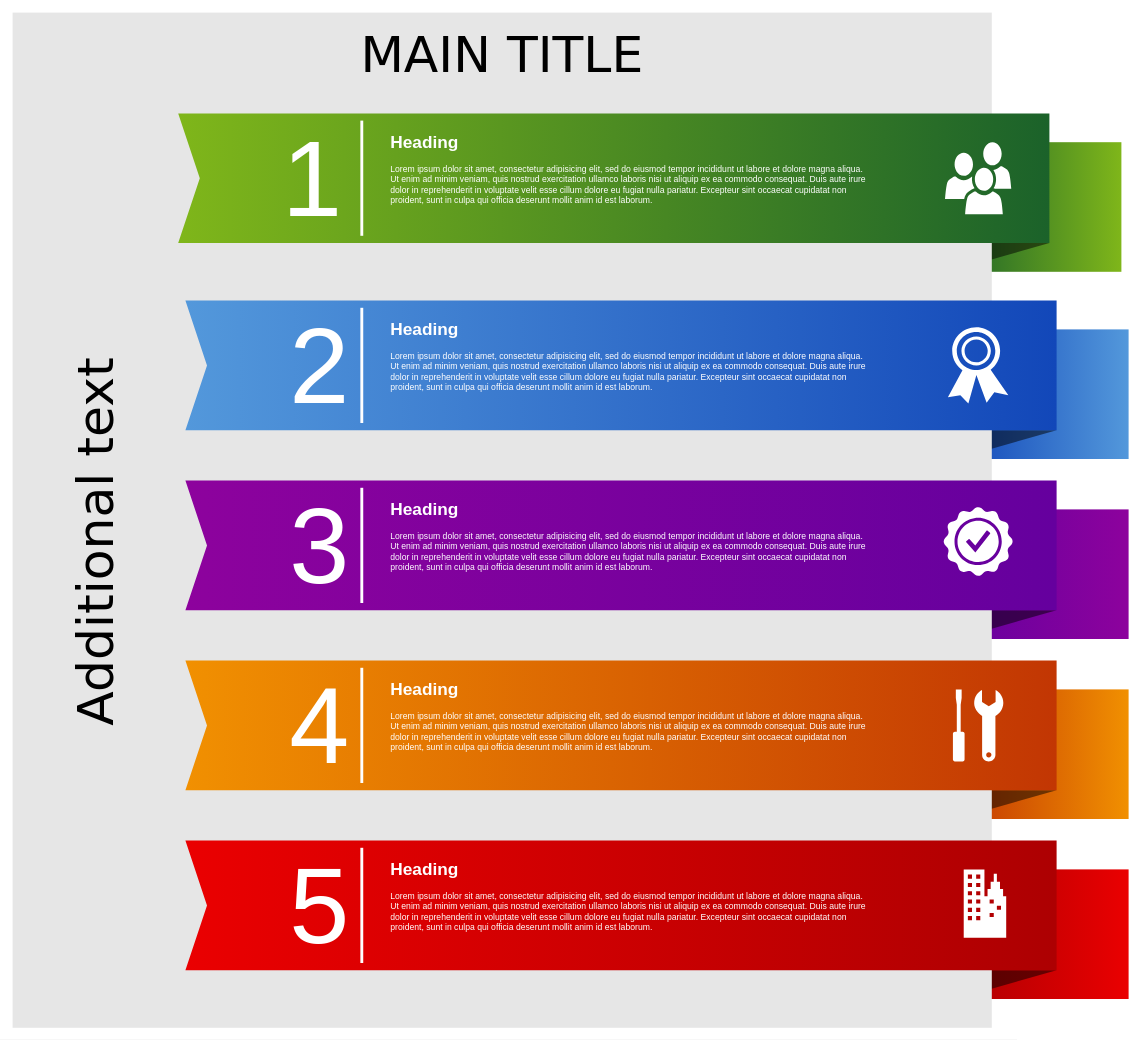
Before: ProyectoInversion.drawio in fjbueno/DrawIO, a draw.io diagram. Source tidied: cells renumbered, new cells numbered last; positions are measured from the earlier drawing's top-left corner, leaving out a move shared by most shapes. Both pictures are drawn from the tidied source at 72%, with x=0, y=0 at pixel (12, 12).
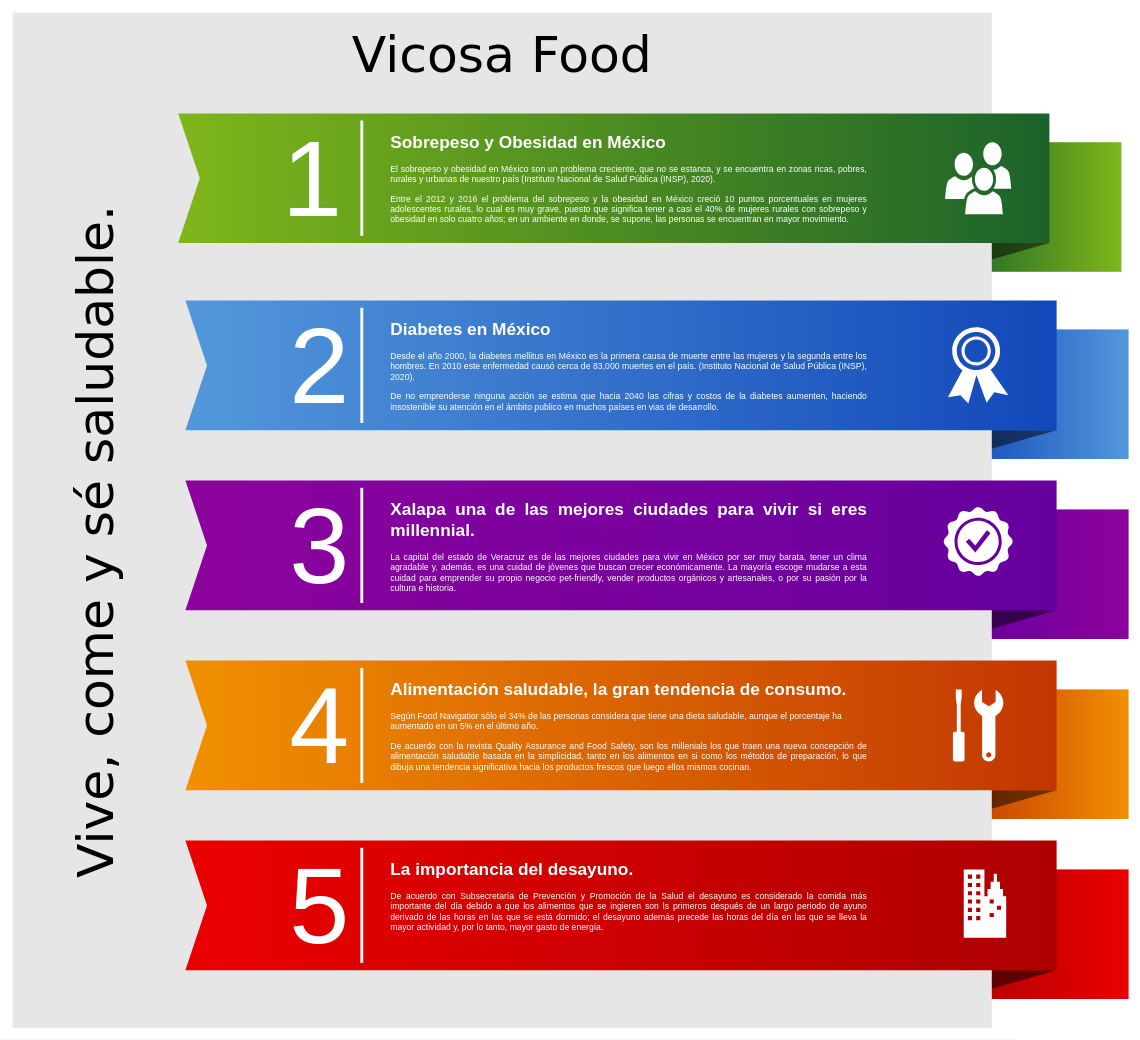
The same page after the edit.

What changed in the source:
```diff
@@
-    <mxCell id="12" value="MAIN TITLE" style="whiteSpace=wrap;html=1;rounded=0;shadow=0;dashed=0;strokeWidth=1;fillColor=#E6E6E6;fontFamily=Verdana;fontSize=70;strokeColor=none;verticalAlign=top;spacingTop=10;" parent="1" vertex="1">
+    <mxCell id="12" value="Vicosa Food" style="whiteSpace=wrap;html=1;rounded=0;shadow=0;dashed=0;strokeWidth=1;fillColor=#E6E6E6;fontFamily=Verdana;fontSize=70;strokeColor=none;verticalAlign=top;spacingTop=10;" parent="1" vertex="1">
       <mxGeometry width="1360" height="1410" as="geometry" />
     </mxCell>
@@
-    <mxCell id="18" value="Additional text" style="text;html=1;strokeColor=none;fillColor=none;align=center;verticalAlign=middle;whiteSpace=wrap;rounded=0;shadow=0;dashed=0;fontFamily=Verdana;fontSize=70;horizontal=0;" parent="1" vertex="1">
+    <mxCell id="18" value="Vive, come y sé saludable." style="text;html=1;strokeColor=none;fillColor=none;align=center;verticalAlign=middle;whiteSpace=wrap;rounded=0;shadow=0;dashed=0;fontFamily=Verdana;fontSize=70;horizontal=0;" parent="1" vertex="1">
       <mxGeometry x="50" y="140" width="130" height="1190" as="geometry" />
     </mxCell>
@@
-    <mxCell id="29" value="&lt;h1&gt;Heading&lt;/h1&gt;&lt;p&gt;L&lt;span&gt;orem ipsum dolor sit amet, consectetur adipisicing elit, sed do eiusmod tempor incididunt ut labore et dolore magna aliqua. Ut enim ad minim veniam, quis nostrud exercitation ullamco laboris nisi ut aliquip ex ea commodo consequat. Duis aute irure dolor in reprehenderit in voluptate velit esse cillum dolore eu fugiat nulla pariatur. Excepteur sint occaecat cupidatat non proident, sunt in culpa qui officia deserunt mollit anim id est laborum.&lt;/span&gt;&lt;/p&gt;" style="text;html=1;strokeColor=none;fillColor=none;spacing=5;spacingTop=-20;whiteSpace=wrap;overflow=hidden;rounded=0;shadow=0;dashed=0;fontFamily=Helvetica;fontSize=12;fontColor=#FFFFFF;align=left;" parent="1" vertex="1">
+    <mxCell id="29" value="&lt;h1 style=&quot;text-align: justify&quot;&gt;Sobrepeso y Obesidad en México&lt;/h1&gt;&lt;p style=&quot;text-align: justify&quot;&gt;El sobrepeso y obesidad en México son un problema creciente, que no se estanca, y se encuentra en zonas ricas, pobres, rurales y urbanas de nuestro país (Instituto Nacional de Salud Pública (INSP), 2020).&lt;/p&gt;&lt;p style=&quot;text-align: justify&quot;&gt;Entre el 2012 y 2016 el problema del sobrepeso y la obesidad en México creció 10 puntos porcentuales en mujeres adolescentes rurales, lo cual es muy grave, puesto que significa tener a casi el 40% de mujeres rurales con sobrepeso y obesidad en solo cuatro años; en un ambiente en donde, se supone, las personas se encuentran en mayor movimiento.&lt;/p&gt;" style="text;html=1;strokeColor=none;fillColor=none;spacing=5;spacingTop=-20;whiteSpace=wrap;overflow=hidden;rounded=0;shadow=0;dashed=0;fontFamily=Helvetica;fontSize=12;fontColor=#FFFFFF;align=left;" parent="1" vertex="1">
       <mxGeometry x="520" y="160" width="670" height="140" as="geometry" />
     </mxCell>
-    <mxCell id="30" value="&lt;h1&gt;Heading&lt;/h1&gt;&lt;p&gt;L&lt;span&gt;orem ipsum dolor sit amet, consectetur adipisicing elit, sed do eiusmod tempor incididunt ut labore et dolore magna aliqua. Ut enim ad minim veniam, quis nostrud exercitation ullamco laboris nisi ut aliquip ex ea commodo consequat. Duis aute irure dolor in reprehenderit in voluptate velit esse cillum dolore eu fugiat nulla pariatur. Excepteur sint occaecat cupidatat non proident, sunt in culpa qui officia deserunt mollit anim id est laborum.&lt;/span&gt;&lt;/p&gt;" style="text;html=1;strokeColor=none;fillColor=none;spacing=5;spacingTop=-20;whiteSpace=wrap;overflow=hidden;rounded=0;shadow=0;dashed=0;fontFamily=Helvetica;fontSize=12;fontColor=#FFFFFF;align=left;" parent="1" vertex="1">
+    <mxCell id="30" value="&lt;h1 style=&quot;text-align: justify&quot;&gt;Diabetes en México&lt;/h1&gt;&lt;p style=&quot;text-align: justify&quot;&gt;Desde el año 2000, la diabetes mellitus en México es la primera causa de muerte entre las mujeres y la segunda entre los hombres. En 2010 este enfermedad causó cerca de 83,000 muertes en el país. (Instituto Nacional de Salud Pública (INSP), 2020).&lt;/p&gt;&lt;p style=&quot;text-align: justify&quot;&gt;De no emprenderse ninguna acción se estima que hacia 2040 las cifras y costos de la diabetes aumenten, haciendo insostenible su atención en el ámbito publico en muchos países en vias de desarrollo.&lt;/p&gt;&lt;p style=&quot;text-align: justify&quot;&gt;&lt;br&gt;&lt;/p&gt;&lt;p style=&quot;text-align: justify&quot;&gt;&lt;br&gt;&lt;/p&gt;" style="text;html=1;strokeColor=none;fillColor=none;spacing=5;spacingTop=-20;whiteSpace=wrap;overflow=hidden;rounded=0;shadow=0;dashed=0;fontFamily=Helvetica;fontSize=12;fontColor=#FFFFFF;align=left;" parent="1" vertex="1">
       <mxGeometry x="520" y="420" width="670" height="140" as="geometry" />
     </mxCell>
-    <mxCell id="31" value="&lt;h1&gt;Heading&lt;/h1&gt;&lt;p&gt;L&lt;span&gt;orem ipsum dolor sit amet, consectetur adipisicing elit, sed do eiusmod tempor incididunt ut labore et dolore magna aliqua. Ut enim ad minim veniam, quis nostrud exercitation ullamco laboris nisi ut aliquip ex ea commodo consequat. Duis aute irure dolor in reprehenderit in voluptate velit esse cillum dolore eu fugiat nulla pariatur. Excepteur sint occaecat cupidatat non proident, sunt in culpa qui officia deserunt mollit anim id est laborum.&lt;/span&gt;&lt;/p&gt;" style="text;html=1;strokeColor=none;fillColor=none;spacing=5;spacingTop=-20;whiteSpace=wrap;overflow=hidden;rounded=0;shadow=0;dashed=0;fontFamily=Helvetica;fontSize=12;fontColor=#FFFFFF;align=left;" parent="1" vertex="1">
+    <mxCell id="31" value="&lt;h1 style=&quot;text-align: justify&quot;&gt;Xalapa una de las mejores ciudades para vivir si eres millennial.&lt;/h1&gt;&lt;p style=&quot;text-align: justify&quot;&gt;L&lt;span&gt;a capital del estado de Veracruz es de las mejores ciudades para vivir en México por ser muy barata, tener un clima agradable y, además, es una cuidad de jóvenes que buscan crecer económicamente. La mayoría&amp;nbsp;escoge mudarse a esta cuidad para emprender su propio negocio pet-friendly, vender productos orgánicos y artesanales, o por su pasión por la cultura e historia.&lt;/span&gt;&lt;/p&gt;" style="text;html=1;strokeColor=none;fillColor=none;spacing=5;spacingTop=-20;whiteSpace=wrap;overflow=hidden;rounded=0;shadow=0;dashed=0;fontFamily=Helvetica;fontSize=12;fontColor=#FFFFFF;align=left;fontStyle=0;" parent="1" vertex="1">
       <mxGeometry x="520" y="670" width="670" height="140" as="geometry" />
     </mxCell>
-    <mxCell id="32" value="&lt;h1&gt;Heading&lt;/h1&gt;&lt;p&gt;L&lt;span&gt;orem ipsum dolor sit amet, consectetur adipisicing elit, sed do eiusmod tempor incididunt ut labore et dolore magna aliqua. Ut enim ad minim veniam, quis nostrud exercitation ullamco laboris nisi ut aliquip ex ea commodo consequat. Duis aute irure dolor in reprehenderit in voluptate velit esse cillum dolore eu fugiat nulla pariatur. Excepteur sint occaecat cupidatat non proident, sunt in culpa qui officia deserunt mollit anim id est laborum.&lt;/span&gt;&lt;/p&gt;" style="text;html=1;strokeColor=none;fillColor=none;spacing=5;spacingTop=-20;whiteSpace=wrap;overflow=hidden;rounded=0;shadow=0;dashed=0;fontFamily=Helvetica;fontSize=12;fontColor=#FFFFFF;align=left;" parent="1" vertex="1">
+    <mxCell id="32" value="&lt;h1&gt;Alimentación saludable, la gran tendencia de consumo.&lt;/h1&gt;&lt;p&gt;&lt;span&gt;Según Food Navigatior sólo el 34% de las personas considera que tiene una dieta saludable, aunque el porcentaje ha aumentado en un 5% en el último año.&amp;nbsp;&lt;/span&gt;&lt;/p&gt;&lt;p style=&quot;text-align: justify&quot;&gt;&lt;span&gt;De acuerdo con la revista Quality Assurance and Food Safety, son los millenials los que traen una nueva concepción de alimentación saludable basada en la simplicidad, tanto en los alimentos en si como los métodos de preparación, lo que dibuja una tendencia significativa hacia los productos frescos que luego ellos mismos cocinan.&lt;/span&gt;&lt;/p&gt;" style="text;html=1;strokeColor=none;fillColor=none;spacing=5;spacingTop=-20;whiteSpace=wrap;overflow=hidden;rounded=0;shadow=0;dashed=0;fontFamily=Helvetica;fontSize=12;fontColor=#FFFFFF;align=left;" parent="1" vertex="1">
       <mxGeometry x="520" y="920" width="670" height="140" as="geometry" />
     </mxCell>
-    <mxCell id="33" value="&lt;h1&gt;Heading&lt;/h1&gt;&lt;p&gt;L&lt;span&gt;orem ipsum dolor sit amet, consectetur adipisicing elit, sed do eiusmod tempor incididunt ut labore et dolore magna aliqua. Ut enim ad minim veniam, quis nostrud exercitation ullamco laboris nisi ut aliquip ex ea commodo consequat. Duis aute irure dolor in reprehenderit in voluptate velit esse cillum dolore eu fugiat nulla pariatur. Excepteur sint occaecat cupidatat non proident, sunt in culpa qui officia deserunt mollit anim id est laborum.&lt;/span&gt;&lt;/p&gt;" style="text;html=1;strokeColor=none;fillColor=none;spacing=5;spacingTop=-20;whiteSpace=wrap;overflow=hidden;rounded=0;shadow=0;dashed=0;fontFamily=Helvetica;fontSize=12;fontColor=#FFFFFF;align=left;" parent="1" vertex="1">
+    <mxCell id="33" value="&lt;h1&gt;La importancia del desayuno.&lt;/h1&gt;&lt;p style=&quot;text-align: justify&quot;&gt;&lt;span&gt;De acuerdo con Subsecretaría de Prevención y Promoción de la Salud el desayuno es considerado la comida más importante del día debido a que los alimentos que se ingieren son ls primeros después de un largo periodo de ayuno derivado de las horas en las que se está dormido; el desayuno además precede las horas del día en las que se lleva la mayor actividad y, por lo tanto, mayor gasto de energía.&lt;/span&gt;&lt;/p&gt;" style="text;html=1;strokeColor=none;fillColor=none;spacing=5;spacingTop=-20;whiteSpace=wrap;overflow=hidden;rounded=0;shadow=0;dashed=0;fontFamily=Helvetica;fontSize=12;fontColor=#FFFFFF;align=left;" parent="1" vertex="1">
       <mxGeometry x="520" y="1170" width="670" height="140" as="geometry" />
     </mxCell>
```
